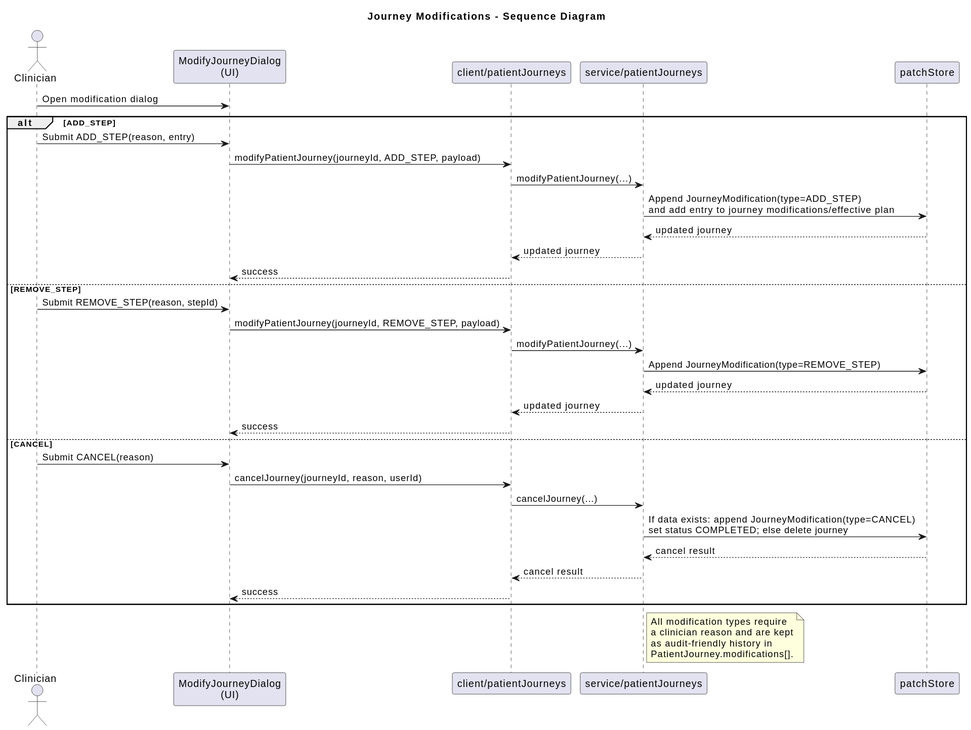
Earlier version of the PlantUML export docs/diagrams/journey-modifications-sequence.svg (gforge/DUK).
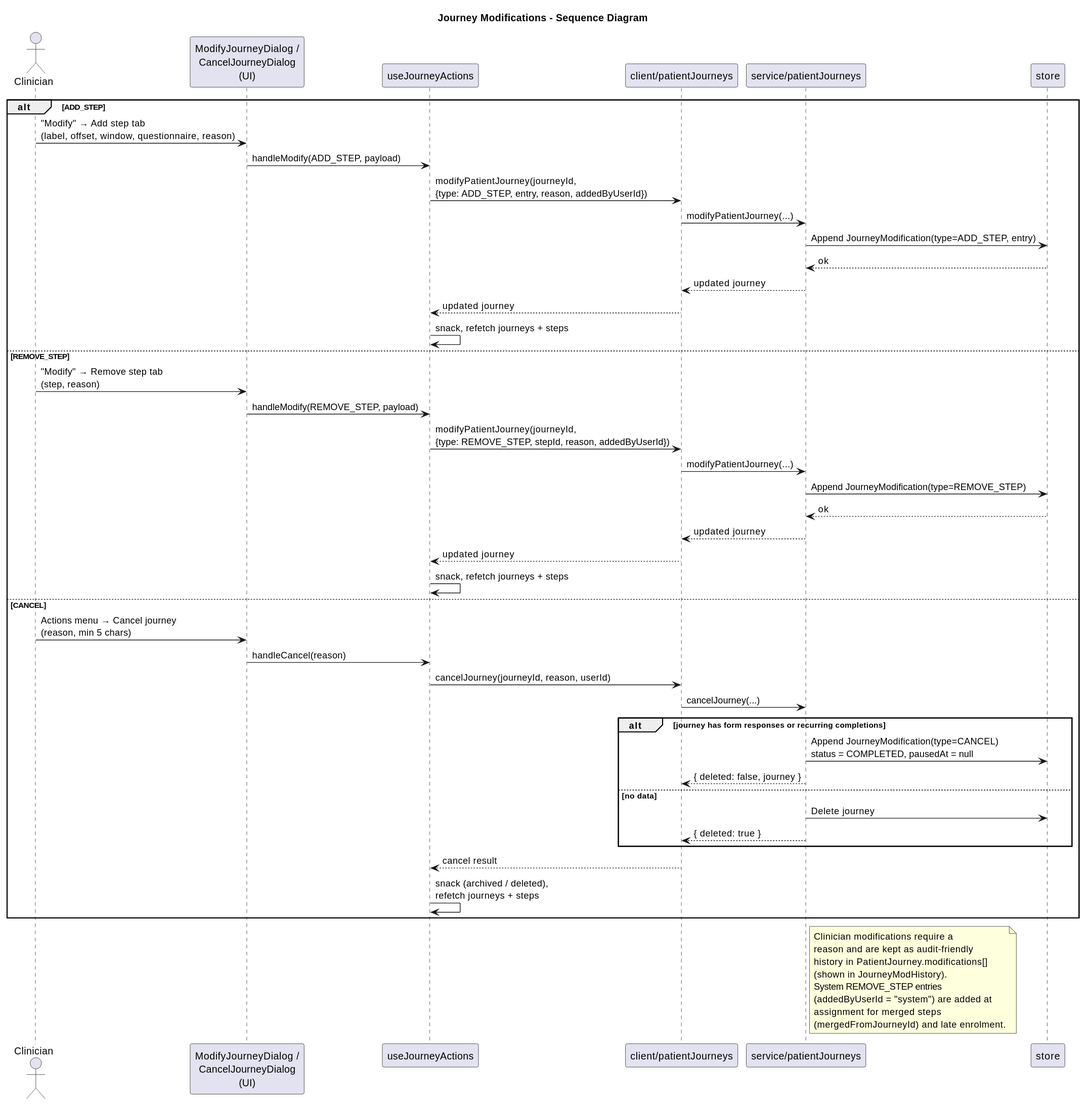
After the change.

The edit, as a diff of the source:
```diff
@@ -3,43 +3,56 @@
 title Journey Modifications - Sequence Diagram
 
 actor Clinician
-participant "ModifyJourneyDialog\n(UI)" as UI
+participant "ModifyJourneyDialog /\nCancelJourneyDialog\n(UI)" as UI
+participant "useJourneyActions" as Hook
 participant "client/patientJourneys" as Client
 participant "service/patientJourneys" as Service
-participant "patchStore" as Store
-
-Clinician -> UI : Open modification dialog
+participant "store" as Store
 
 alt ADD_STEP
-  Clinician -> UI : Submit ADD_STEP(reason, entry)
-  UI -> Client : modifyPatientJourney(journeyId, ADD_STEP, payload)
+  Clinician -> UI : "Modify" → Add step tab\n(label, offset, window, questionnaire, reason)
+  UI -> Hook : handleModify(ADD_STEP, payload)
+  Hook -> Client : modifyPatientJourney(journeyId,\n{type: ADD_STEP, entry, reason, addedByUserId})
   Client -> Service : modifyPatientJourney(...)
-  Service -> Store : Append JourneyModification(type=ADD_STEP)\nand add entry to journey modifications/effective plan
-  Store --> Service : updated journey
+  Service -> Store : Append JourneyModification(type=ADD_STEP, entry)
+  Store --> Service : ok
   Service --> Client : updated journey
-  Client --> UI : success
+  Client --> Hook : updated journey
+  Hook -> Hook : snack, refetch journeys + steps
 else REMOVE_STEP
-  Clinician -> UI : Submit REMOVE_STEP(reason, stepId)
-  UI -> Client : modifyPatientJourney(journeyId, REMOVE_STEP, payload)
+  Clinician -> UI : "Modify" → Remove step tab\n(step, reason)
+  UI -> Hook : handleModify(REMOVE_STEP, payload)
+  Hook -> Client : modifyPatientJourney(journeyId,\n{type: REMOVE_STEP, stepId, reason, addedByUserId})
   Client -> Service : modifyPatientJourney(...)
   Service -> Store : Append JourneyModification(type=REMOVE_STEP)
-  Store --> Service : updated journey
+  Store --> Service : ok
   Service --> Client : updated journey
-  Client --> UI : success
+  Client --> Hook : updated journey
+  Hook -> Hook : snack, refetch journeys + steps
 else CANCEL
-  Clinician -> UI : Submit CANCEL(reason)
-  UI -> Client : cancelJourney(journeyId, reason, userId)
+  Clinician -> UI : Actions menu → Cancel journey\n(reason, min 5 chars)
+  UI -> Hook : handleCancel(reason)
+  Hook -> Client : cancelJourney(journeyId, reason, userId)
   Client -> Service : cancelJourney(...)
-  Service -> Store : If data exists: append JourneyModification(type=CANCEL)\nset status COMPLETED; else delete journey
-  Store --> Service : cancel result
-  Service --> Client : cancel result
-  Client --> UI : success
+  alt journey has form responses or recurring completions
+    Service -> Store : Append JourneyModification(type=CANCEL)\nstatus = COMPLETED, pausedAt = null
+    Service --> Client : { deleted: false, journey }
+  else no data
+    Service -> Store : Delete journey
+    Service --> Client : { deleted: true }
+  end
+  Client --> Hook : cancel result
+  Hook -> Hook : snack (archived / deleted),\nrefetch journeys + steps
 end
 
 note right of Service
-  All modification types require
-  a clinician reason and are kept
-  as audit-friendly history in
-  PatientJourney.modifications[].
+  Clinician modifications require a
+  reason and are kept as audit-friendly
+  history in PatientJourney.modifications[]
+  (shown in JourneyModHistory).
+  System REMOVE_STEP entries
+  (addedByUserId = "system") are added at
+  assignment for merged steps
+  (mergedFromJourneyId) and late enrolment.
 end note
 @enduml
```
